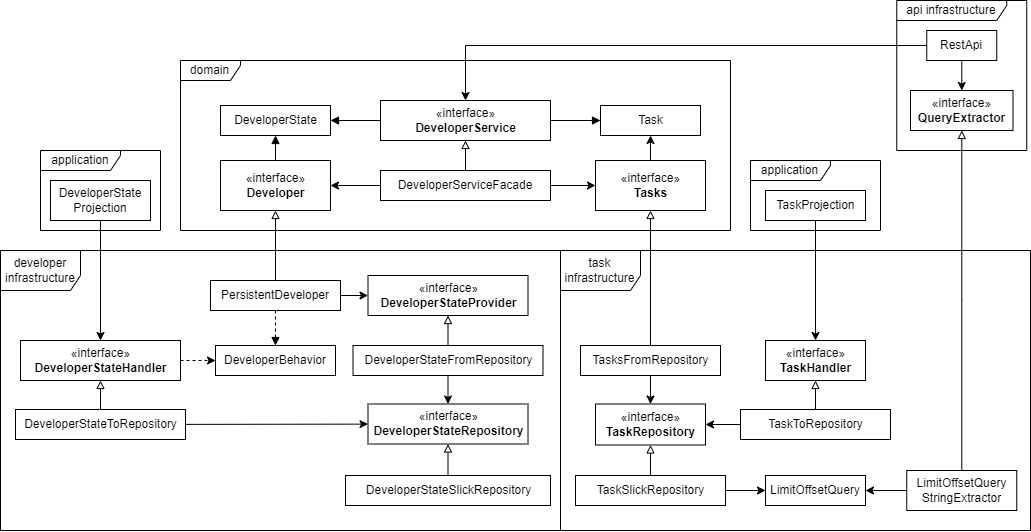
Above: tools/images/architecture.png in rockyraccoon64/persistent-developer (draw.io), before the change. Source tidied: cells renumbered, new cells last; positions are measured from the earlier drawing's top-left corner, leaving out a move shared by most shapes.
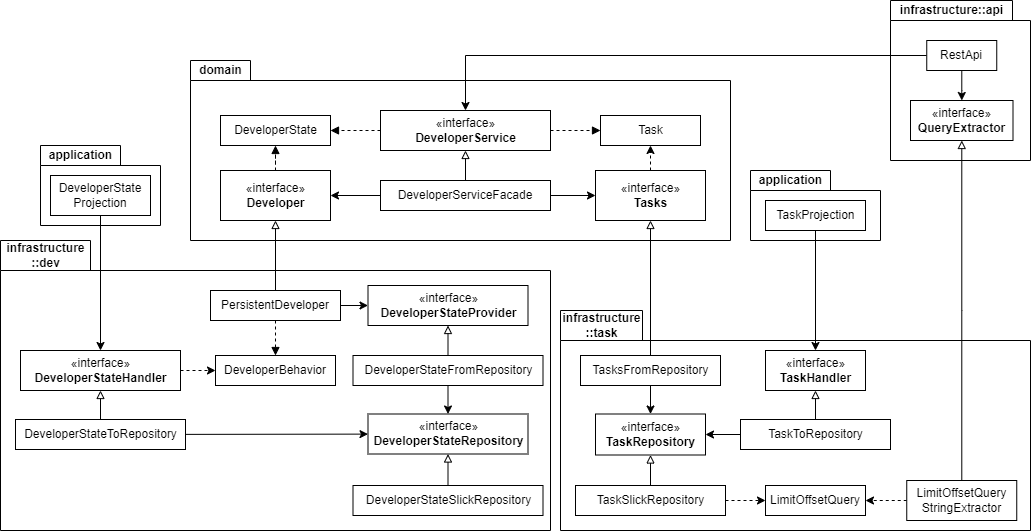
The same file after the commit.

Commit message:
Изменение диаграммы архитектуры

What changed in the source:
```diff
@@ -2,28 +2,36 @@
   <root>
     <mxCell id="0" />
     <mxCell id="1" parent="0" />
-    <mxCell id="2" value="task infrastructure" style="shape=umlFrame;whiteSpace=wrap;html=1;width=80;height=40;" parent="1" vertex="1">
-      <mxGeometry x="560" y="250" width="470" height="280" as="geometry" />
-    </mxCell>
-    <mxCell id="3" value="api infrastructure" style="shape=umlFrame;whiteSpace=wrap;html=1;width=110;height=20;" parent="1" vertex="1">
-      <mxGeometry x="896.2" width="130" height="150" as="geometry" />
-    </mxCell>
-    <mxCell id="4" value="application" style="shape=umlFrame;whiteSpace=wrap;html=1;width=80;height=20;" parent="1" vertex="1">
-      <mxGeometry x="750" y="160" width="130" height="70" as="geometry" />
-    </mxCell>
-    <mxCell id="5" value="application" style="shape=umlFrame;whiteSpace=wrap;html=1;width=80;height=20;" parent="1" vertex="1">
-      <mxGeometry x="40" y="150" width="120" height="80" as="geometry" />
-    </mxCell>
-    <mxCell id="6" value="developer infrastructure" style="shape=umlFrame;whiteSpace=wrap;html=1;width=80;height=40;" parent="1" vertex="1">
-      <mxGeometry y="250" width="560" height="280" as="geometry" />
-    </mxCell>
+    <mxCell id="61" value="application" style="shape=folder;fontStyle=1;tabWidth=80;tabHeight=20;tabPosition=left;html=1;boundedLbl=1;labelInHeader=1;" parent="1" vertex="1">
+      <mxGeometry x="750" y="160" width="130" height="70" as="geometry" />
+    </mxCell>
+    <mxCell id="62" value="application" style="shape=folder;fontStyle=1;tabWidth=80;tabHeight=20;tabPosition=left;html=1;boundedLbl=1;labelInHeader=1;" parent="1" vertex="1">
+      <mxGeometry x="40" y="135" width="120" height="80" as="geometry" />
+    </mxCell>
+    <mxCell id="63" value="infrastructure&lt;br&gt;::dev" style="shape=folder;fontStyle=1;tabWidth=90;tabHeight=30;tabPosition=left;html=1;boundedLbl=1;labelInHeader=1;" parent="1" vertex="1">
+      <mxGeometry y="230" width="550" height="290" as="geometry" />
+    </mxCell>
+    <mxCell id="32" value="DeveloperStateSlickRepository" style="html=1;" parent="63" vertex="1">
+      <mxGeometry x="352.5" y="245" width="190" height="30" as="geometry" />
+    </mxCell>
+    <mxCell id="64" value="infrastructure&lt;br&gt;::task" style="shape=folder;fontStyle=1;tabWidth=82;tabHeight=30;tabPosition=left;html=1;boundedLbl=1;labelInHeader=1;" parent="1" vertex="1">
+      <mxGeometry x="560" y="300" width="470" height="220" as="geometry" />
+    </mxCell>
+    <mxCell id="65" value="infrastructure::api" style="shape=folder;fontStyle=1;tabWidth=122;tabHeight=20;tabPosition=left;html=1;boundedLbl=1;labelInHeader=1;" parent="1" vertex="1">
+      <mxGeometry x="890" y="-10" width="140" height="160" as="geometry" />
+    </mxCell>
-    <mxCell id="7" value="domain" style="shape=umlFrame;whiteSpace=wrap;html=1;width=60;height=20;" parent="1" vertex="1">
-      <mxGeometry x="180" y="60" width="550" height="170" as="geometry" />
+    <mxCell id="7" value="domain" style="shape=folder;fontStyle=1;tabWidth=60;tabHeight=20;tabPosition=left;html=1;boundedLbl=1;labelInHeader=1;" parent="1" vertex="1">
+      <mxGeometry x="190" y="50" width="540" height="180" as="geometry" />
     </mxCell>
+    <mxCell id="66" style="html=1;strokeColor=none;fillColor=none;" parent="7" vertex="1">
+      <mxGeometry width="540" height="126" relative="1" as="geometry">
+        <mxPoint y="30" as="offset" />
+      </mxGeometry>
+    </mxCell>
     <mxCell id="8" style="edgeStyle=none;rounded=0;jettySize=auto;html=1;endArrow=block;endFill=0;" parent="1" edge="1" source="10" target="49">
       <mxGeometry relative="1" as="geometry" />
     </mxCell>
-    <mxCell id="9" style="edgeStyle=orthogonalEdgeStyle;rounded=0;jettySize=auto;html=1;endArrow=classic;endFill=1;" parent="1" edge="1" source="10" target="56">
+    <mxCell id="9" style="edgeStyle=orthogonalEdgeStyle;rounded=0;jettySize=auto;html=1;endArrow=classic;endFill=1;dashed=1;" parent="1" edge="1" source="10" target="56">
       <mxGeometry relative="1" as="geometry" />
     </mxCell>
     <mxCell id="10" value="TaskSlickRepository" style="html=1;" parent="1" vertex="1">
@@ -41,13 +49,13 @@
     <mxCell id="14" value="DeveloperServiceFacade" style="whiteSpace=wrap;html=1;" parent="1" vertex="1">
       <mxGeometry x="380" y="170" width="170" height="30" as="geometry" />
     </mxCell>
-    <mxCell id="15" style="edgeStyle=none;rounded=0;jettySize=auto;html=1;strokeWidth=1;endArrow=classic;endFill=1;startSize=6;" parent="1" edge="1" source="16" target="26">
+    <mxCell id="15" style="edgeStyle=none;rounded=0;jettySize=auto;html=1;strokeWidth=1;endArrow=classic;endFill=1;startSize=6;dashed=1;" parent="1" edge="1" source="16" target="26">
       <mxGeometry relative="1" as="geometry" />
     </mxCell>
     <mxCell id="16" value="«interface»&lt;br&gt;&lt;b&gt;Tasks&lt;/b&gt;" style="html=1;" parent="1" vertex="1">
       <mxGeometry x="595" y="160" width="110" height="50" as="geometry" />
     </mxCell>
-    <mxCell id="17" style="edgeStyle=orthogonalEdgeStyle;rounded=0;jettySize=auto;html=1;endArrow=block;endFill=1;" parent="1" edge="1" source="18" target="42">
+    <mxCell id="17" style="edgeStyle=orthogonalEdgeStyle;rounded=0;jettySize=auto;html=1;endArrow=block;endFill=1;dashed=1;" parent="1" edge="1" source="18" target="42">
       <mxGeometry relative="1" as="geometry" />
     </mxCell>
     <mxCell id="18" value="«interface»&lt;br&gt;&lt;b&gt;Developer&lt;/b&gt;" style="html=1;" parent="1" vertex="1">
@@ -84,7 +92,7 @@
       <mxGeometry relative="1" as="geometry" />
     </mxCell>
     <mxCell id="29" value="DeveloperState&lt;br&gt;Projection" style="rounded=0;whiteSpace=wrap;html=1;" parent="1" vertex="1">
-      <mxGeometry x="50" y="180" width="100" height="40" as="geometry" />
+      <mxGeometry x="50" y="165" width="100" height="40" as="geometry" />
     </mxCell>
     <mxCell id="30" value="«interface»&lt;br&gt;&lt;b&gt;DeveloperStateProvider&lt;/b&gt;" style="html=1;" parent="1" vertex="1">
       <mxGeometry x="367.5" y="275" width="160" height="40" as="geometry" />
@@ -92,9 +100,6 @@
     <mxCell id="31" style="edgeStyle=none;rounded=0;jettySize=auto;html=1;endArrow=block;endFill=0;" parent="1" edge="1" source="32" target="40">
       <mxGeometry relative="1" as="geometry" />
     </mxCell>
-    <mxCell id="32" value="DeveloperStateSlickRepository" style="html=1;" parent="1" vertex="1">
-      <mxGeometry x="345" y="475" width="205" height="30" as="geometry" />
-    </mxCell>
     <mxCell id="33" style="rounded=0;jettySize=auto;html=1;" parent="1" edge="1" source="35" target="40">
       <mxGeometry relative="1" as="geometry" />
     </mxCell>
@@ -155,10 +160,10 @@
     <mxCell id="52" value="TasksFromRepository" style="html=1;" parent="1" vertex="1">
       <mxGeometry x="580" y="345" width="140" height="30" as="geometry" />
     </mxCell>
-    <mxCell id="53" style="edgeStyle=orthogonalEdgeStyle;rounded=0;jettySize=auto;html=1;endArrow=block;endFill=1;" parent="1" edge="1" source="55" target="26">
+    <mxCell id="53" style="edgeStyle=orthogonalEdgeStyle;rounded=0;jettySize=auto;html=1;endArrow=block;endFill=1;dashed=1;" parent="1" edge="1" source="55" target="26">
       <mxGeometry relative="1" as="geometry" />
     </mxCell>
-    <mxCell id="54" style="rounded=0;jettySize=auto;html=1;endArrow=block;endFill=1;" parent="1" edge="1" source="55" target="42">
+    <mxCell id="54" style="rounded=0;jettySize=auto;html=1;endArrow=block;endFill=1;dashed=1;" parent="1" edge="1" source="55" target="42">
       <mxGeometry relative="1" as="geometry" />
     </mxCell>
     <mxCell id="55" value="«interface»&lt;br&gt;&lt;b&gt;DeveloperService&lt;/b&gt;" style="html=1;" parent="1" vertex="1">
@@ -170,7 +175,7 @@
     <mxCell id="57" value="«interface»&lt;br&gt;&lt;b&gt;QueryExtractor&lt;/b&gt;" style="html=1;" parent="1" vertex="1">
       <mxGeometry x="910" y="90" width="102.5" height="40" as="geometry" />
     </mxCell>
-    <mxCell id="58" style="edgeStyle=orthogonalEdgeStyle;rounded=0;jettySize=auto;html=1;" parent="1" edge="1" source="60" target="56">
+    <mxCell id="58" style="edgeStyle=orthogonalEdgeStyle;rounded=0;jettySize=auto;html=1;dashed=1;" parent="1" edge="1" source="60" target="56">
       <mxGeometry relative="1" as="geometry" />
     </mxCell>
     <mxCell id="59" style="edgeStyle=orthogonalEdgeStyle;rounded=0;jettySize=auto;html=1;endArrow=block;endFill=0;" parent="1" edge="1" source="60" target="57">
```
